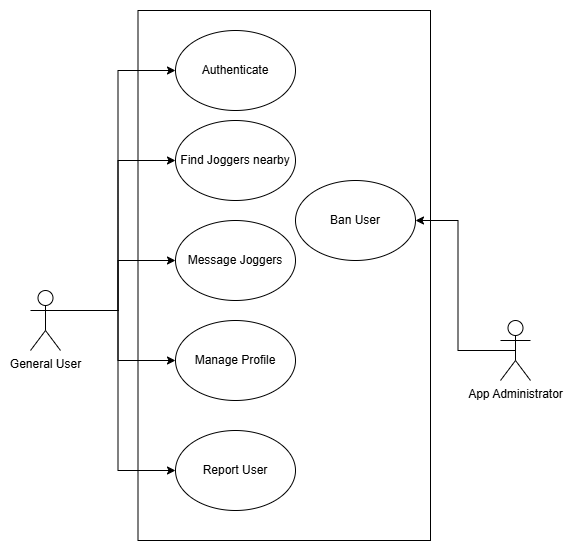
Earlier version of the draw.io export documentation/images/UseCaseDiagram.png (TrailBlazersInc/TrailBlazers). Source tidied: cells renumbered, new cells last; positions are measured from the earlier drawing's top-left corner, leaving out a move shared by most shapes.
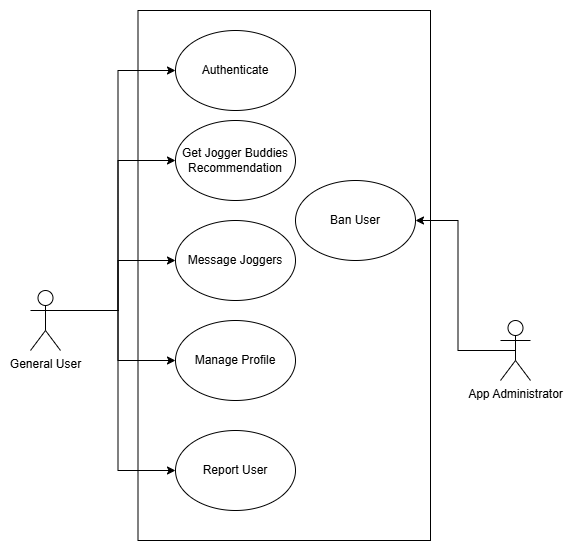
After the change.

Commit message:
Fixed Sequence and use case diagrams

Change to the diagram source:
```diff
@@ -38,7 +38,7 @@
     <mxCell id="13" value="App Administrator" style="shape=umlActor;verticalLabelPosition=bottom;verticalAlign=top;html=1;outlineConnect=0;" parent="1" vertex="1">
       <mxGeometry x="470" y="310" width="30" height="60" as="geometry" />
     </mxCell>
-    <mxCell id="14" value="Find Joggers nearby" style="ellipse;whiteSpace=wrap;html=1;" parent="1" vertex="1">
+    <mxCell id="14" value="Get Jogger Buddies Recommendation" style="ellipse;whiteSpace=wrap;html=1;" parent="1" vertex="1">
       <mxGeometry x="145" y="110" width="120" height="80" as="geometry" />
     </mxCell>
     <mxCell id="15" value="Report User" style="ellipse;whiteSpace=wrap;html=1;" parent="1" vertex="1">
```
